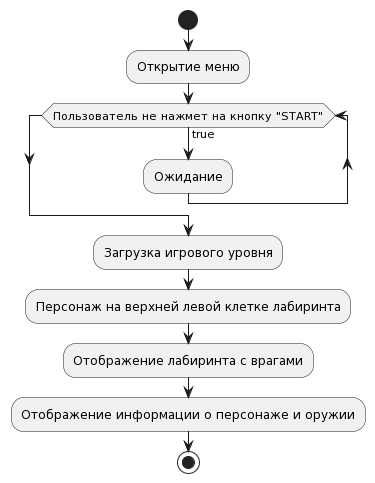
The PlantUML diagram docs/start.png in GeorgiiZaharov/Project, before a commit. Source of this version:
```plantuml
@startuml
start
:Открытие меню;
while (Пользователь не нажмет на кнопку "START") is (true)
  :Ожидание;
endwhile
:Загрузка игрового уровня;
:Персонаж на верхней левой клетке лабиринта;
:Отображение лабиринта с врагами;
:Отображение информации о персонаже и оружии;
stop
@enduml
```
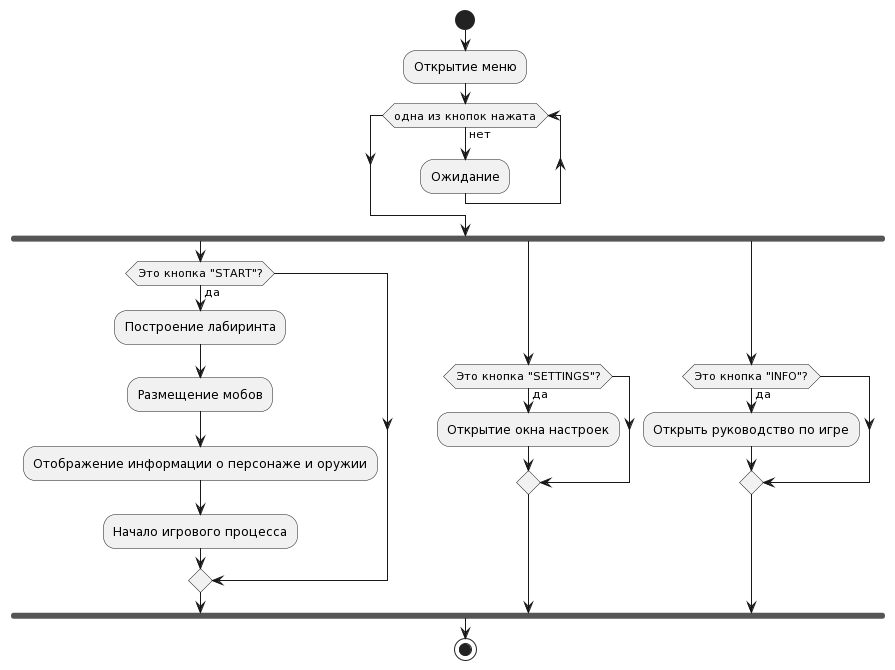
After the commit.

Diff of the diagram source:
```diff
@@ -1,12 +1,27 @@
 @startuml
 start
+
 :Открытие меню;
-while (Пользователь не нажмет на кнопку "START") is (true)
-  :Ожидание;
-endwhile
-:Загрузка игрового уровня;
-:Персонаж на верхней левой клетке лабиринта;
-:Отображение лабиринта с врагами;
-:Отображение информации о персонаже и оружии;
+
+  while (одна из кнопок нажата) is (нет)
+    :Ожидание;
+  endwhile
+fork
+  if (Это кнопка "START"?) then (да)
+    :Построение лабиринта;
+    :Размещение мобов;
+    :Отображение информации о персонаже и оружии;
+    :Начало игрового процесса;
+  endif
+fork again
+
+  if (Это кнопка "SETTINGS"?) then (да)
+    :Открытие окна настроек;
+  endif
+fork again
+  if (Это кнопка "INFO"?) then (да)
+    :Открыть руководство по игре;
+  endif
+endfork
 stop
 @enduml
```
